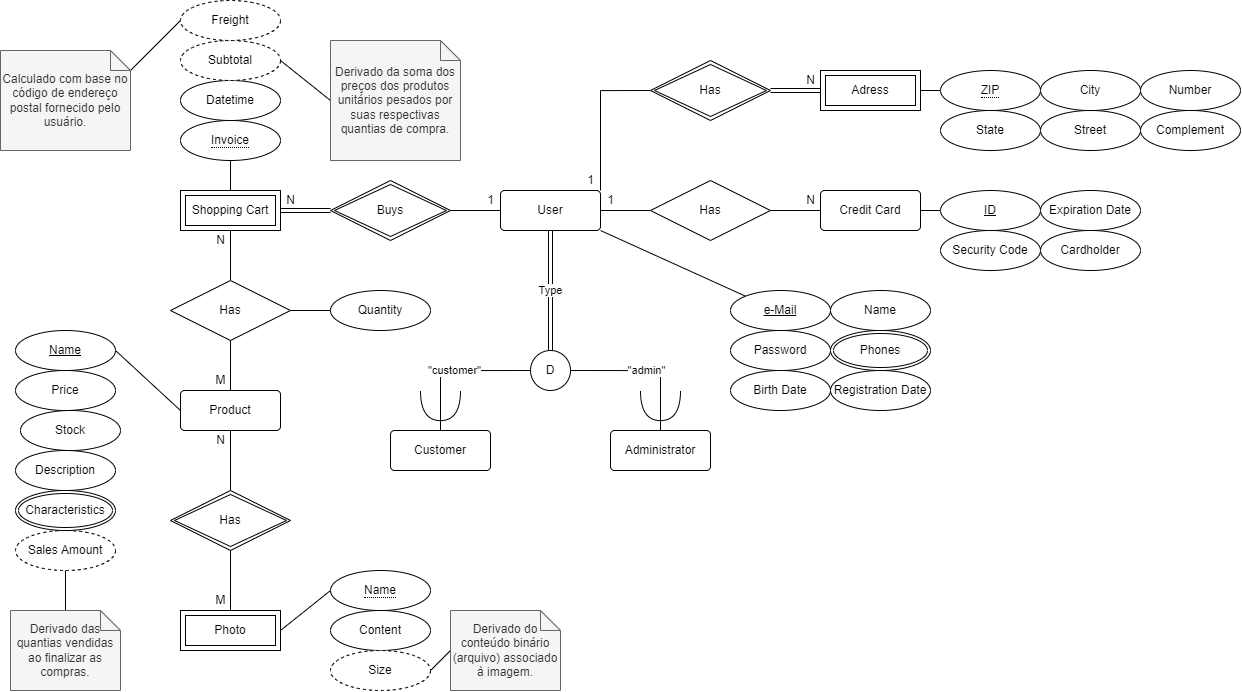
Before: img/presentation/MER.png, a diagram exported from draw.io (jlrconstantino/bookstore-ecommerce). Source tidied: cells renumbered, new cells last; positions are measured from the earlier drawing's top-left corner, leaving out a move shared by most shapes.
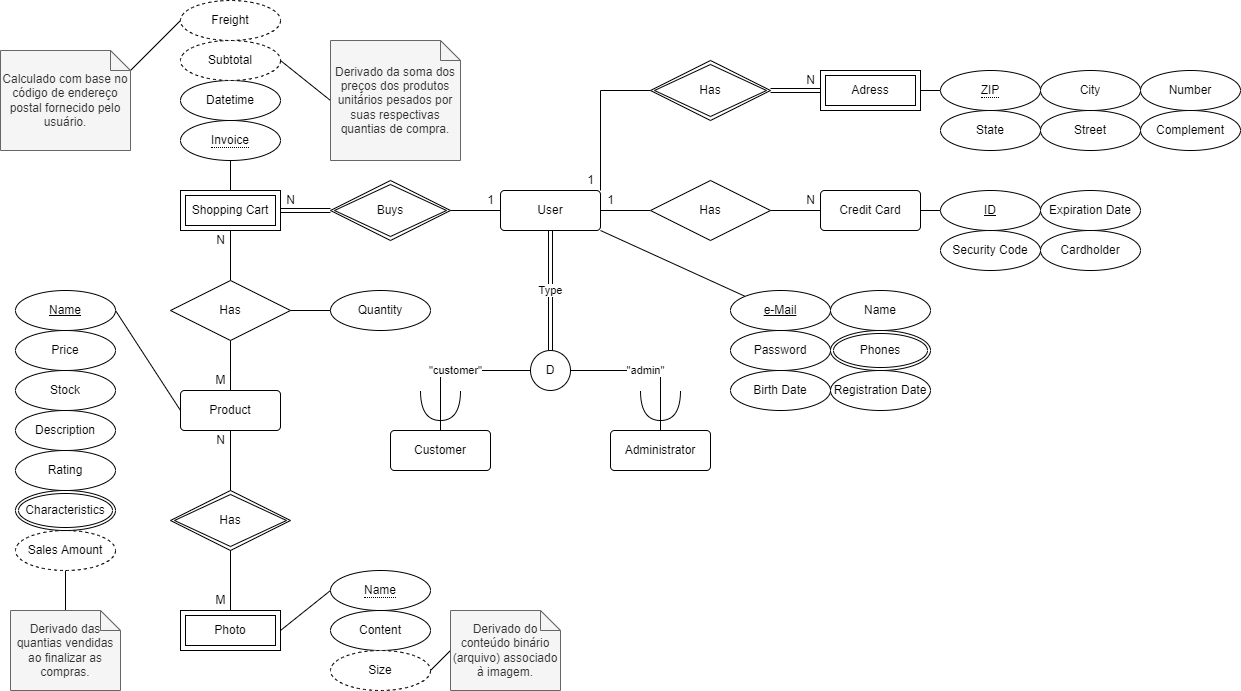
After the commit.

Commit message:
updated MER diagram

Diff of the diagram source:
```diff
@@ -239,19 +239,19 @@
       <mxGeometry x="330" y="570" width="100" height="40" as="geometry" />
     </mxCell>
     <mxCell id="76" value="Name" style="ellipse;whiteSpace=wrap;html=1;align=center;fontStyle=4;" parent="1" vertex="1">
-      <mxGeometry x="15" y="330" width="100" height="40" as="geometry" />
+      <mxGeometry x="15" y="290" width="100" height="40" as="geometry" />
     </mxCell>
     <mxCell id="77" value="Price" style="ellipse;whiteSpace=wrap;html=1;align=center;" parent="1" vertex="1">
-      <mxGeometry x="15" y="370" width="100" height="40" as="geometry" />
+      <mxGeometry x="15" y="330" width="100" height="40" as="geometry" />
     </mxCell>
     <mxCell id="78" value="Stock" style="ellipse;whiteSpace=wrap;html=1;align=center;" parent="1" vertex="1">
-      <mxGeometry x="20" y="410" width="100" height="40" as="geometry" />
+      <mxGeometry x="15" y="370" width="100" height="40" as="geometry" />
     </mxCell>
     <mxCell id="79" value="Sales Amount" style="ellipse;whiteSpace=wrap;html=1;align=center;dashed=1;" parent="1" vertex="1">
       <mxGeometry x="15" y="530" width="100" height="40" as="geometry" />
     </mxCell>
     <mxCell id="80" value="Description" style="ellipse;whiteSpace=wrap;html=1;align=center;" parent="1" vertex="1">
-      <mxGeometry x="15" y="450" width="100" height="40" as="geometry" />
+      <mxGeometry x="15" y="410" width="100" height="40" as="geometry" />
     </mxCell>
     <mxCell id="81" value="Characteristics" style="ellipse;shape=doubleEllipse;margin=3;whiteSpace=wrap;html=1;align=center;" parent="1" vertex="1">
       <mxGeometry x="15" y="490" width="100" height="40" as="geometry" />
@@ -268,5 +268,8 @@
     <mxCell id="85" value="Registration Date" style="ellipse;whiteSpace=wrap;html=1;align=center;" parent="1" vertex="1">
       <mxGeometry x="830" y="370" width="100" height="40" as="geometry" />
     </mxCell>
+    <mxCell id="86" value="Rating" style="ellipse;whiteSpace=wrap;html=1;align=center;" parent="1" vertex="1">
+      <mxGeometry x="15" y="450" width="100" height="40" as="geometry" />
+    </mxCell>
   </root>
 </mxGraphModel>
```
